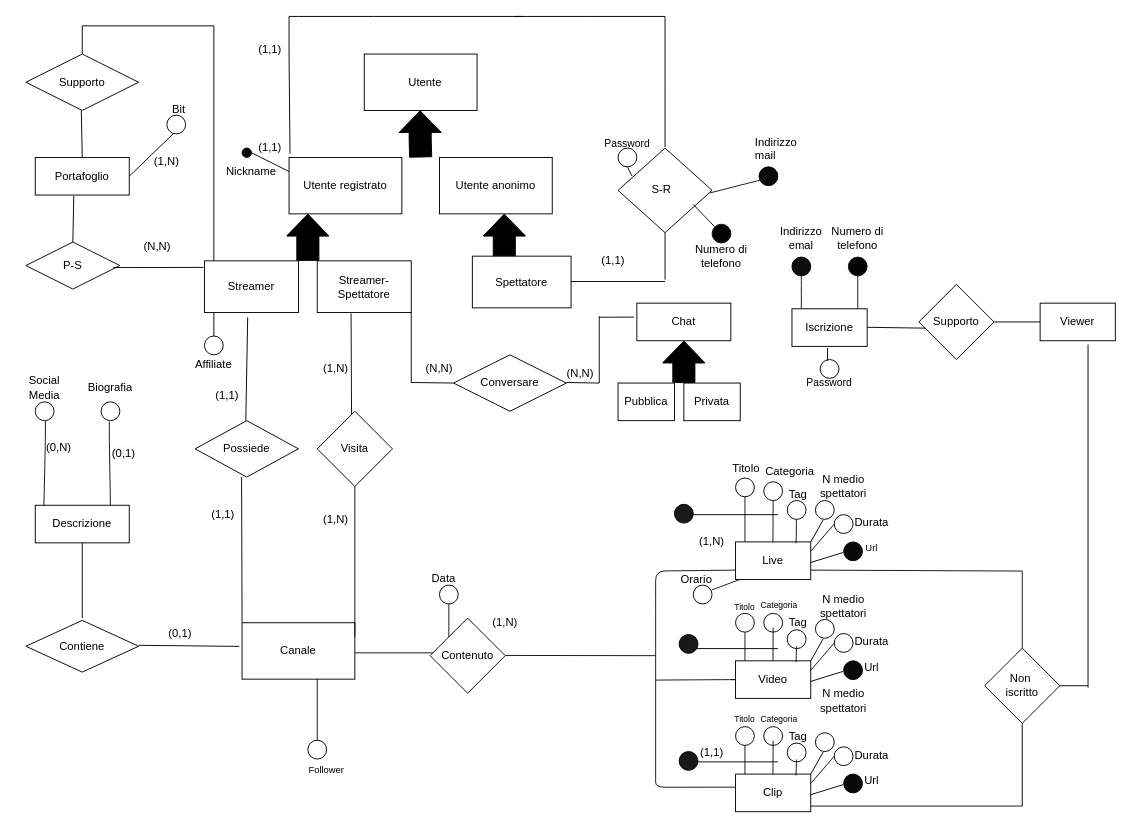
Popper002/Streaming-Service-Db-project-unito keeps this draw.io diagram as e-r_revised_hypothesis.drawio. Above is the earlier version. Source tidied: cells renumbered, new cells numbered last; positions are measured from the earlier drawing's top-left corner, leaving out a move shared by most shapes. Both pictures are drawn from the tidied source at 94%, with x=0, y=0 at pixel (16, 16).
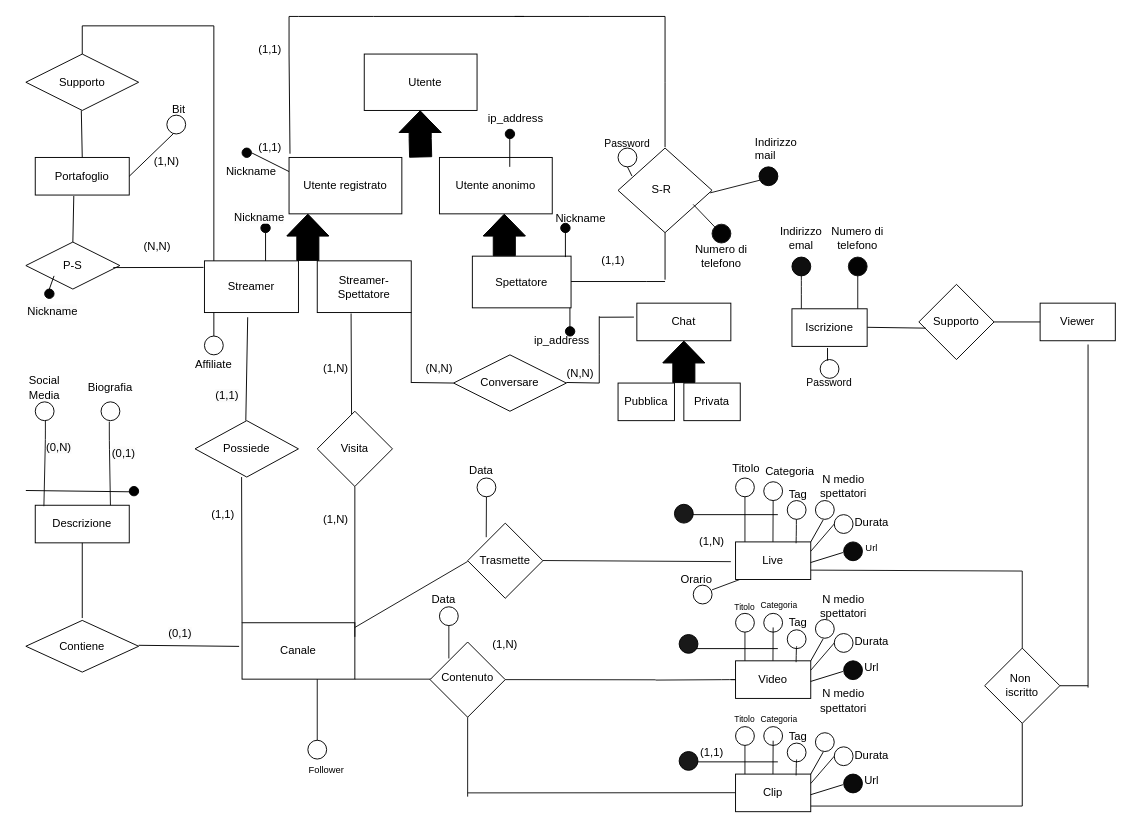
After the change.

The change refers to these unchanged cells:
```xml
<mxCell id="18" value="Live" style="rounded=0;whiteSpace=wrap;html=1;" parent="1" vertex="1">
  <mxGeometry x="765" y="559" width="80" height="40" as="geometry" />
</mxCell>
<mxCell id="148" value="Clip" style="rounded=0;whiteSpace=wrap;html=1;" parent="1" vertex="1">
  <mxGeometry x="765" y="806" width="80" height="40" as="geometry" />
</mxCell>
```

Change to the diagram source:
```diff
@@
     <mxCell id="12" style="endArrow=none;html=1;fontColor=default;labelBackgroundColor=default;strokeColor=#121212;strokeWidth=1;" parent="1" edge="1">
       <mxGeometry relative="1" as="geometry">
-        <mxPoint x="450" y="677" as="sourcePoint" />
-        <mxPoint x="360" y="677" as="targetPoint" />
+        <mxPoint x="450" y="705" as="sourcePoint" />
+        <mxPoint x="360" y="705" as="targetPoint" />
       </mxGeometry>
     </mxCell>
     <mxCell id="13" style="rhombus;whiteSpace=wrap;html=1;" parent="1" vertex="1">
-      <mxGeometry x="440" y="640" width="80" height="80" as="geometry" />
+      <mxGeometry x="440" y="665.5" width="80" height="80" as="geometry" />
     </mxCell>
     <mxCell id="14" value="Contenuto" style="text;html=1;strokeColor=none;fillColor=none;align=center;verticalAlign=middle;whiteSpace=wrap;rounded=0;" parent="1" vertex="1">
-      <mxGeometry x="450" y="665" width="60" height="30" as="geometry" />
+      <mxGeometry x="450" y="688" width="60" height="30" as="geometry" />
     </mxCell>
     <mxCell id="15" style="endArrow=none;html=1;fontColor=default;labelBackgroundColor=default;strokeColor=#121212;strokeWidth=1;entryX=0.5;entryY=1;entryDx=0;entryDy=0;" parent="1" edge="1" target="16">
       <mxGeometry relative="1" as="geometry">
-        <mxPoint x="460" y="660" as="sourcePoint" />
+        <mxPoint x="460" y="683" as="sourcePoint" />
       </mxGeometry>
     </mxCell>
     <mxCell id="16" style="ellipse;whiteSpace=wrap;html=1;fillColor=none;strokeColor=#000000;" parent="1" vertex="1">
-      <mxGeometry x="450" y="605" width="20" height="20" as="geometry" />
+      <mxGeometry x="450" y="628" width="20" height="20" as="geometry" />
     </mxCell>
     <mxCell id="17" value="&lt;font color=&quot;#000000&quot;&gt;Data&lt;br&gt;&lt;br&gt;&lt;/font&gt;" style="text;html=1;strokeColor=none;fillColor=none;align=left;verticalAlign=middle;whiteSpace=wrap;rounded=0;" parent="1" vertex="1">
-      <mxGeometry x="440" y="590" width="60" height="30" as="geometry" />
+      <mxGeometry x="440" y="613" width="60" height="30" as="geometry" />
     </mxCell>
@@
     <mxCell id="53" value="(1,N)" style="text;html=1;strokeColor=none;fillColor=none;align=center;verticalAlign=middle;whiteSpace=wrap;rounded=0;" parent="1" vertex="1">
-      <mxGeometry x="490" y="630" width="60" height="30" as="geometry" />
+      <mxGeometry x="490" y="653" width="60" height="30" as="geometry" />
     </mxCell>
@@
     <mxCell id="185" style="endArrow=none;html=1;fontColor=default;labelBackgroundColor=default;strokeColor=#121212;strokeWidth=1;entryX=1;entryY=0.75;entryDx=0;entryDy=0;" parent="1" edge="1">
       <mxGeometry relative="1" as="geometry">
-        <mxPoint x="680" y="680" as="sourcePoint" />
-        <mxPoint x="520" y="679.8" as="targetPoint" />
+        <mxPoint x="680" y="705.7" as="sourcePoint" />
+        <mxPoint x="520" y="705.5" as="targetPoint" />
       </mxGeometry>
     </mxCell>
-    <mxCell id="186" style="endArrow=none;html=1;fontColor=default;labelBackgroundColor=default;strokeColor=#121212;strokeWidth=1;exitX=0;exitY=0.75;exitDx=0;exitDy=0;entryX=0.001;entryY=0.348;entryDx=0;entryDy=0;entryPerimeter=0;" parent="1" edge="1" source="18" target="148">
-      <mxGeometry relative="1" as="geometry">
-        <Array as="points">
-          <mxPoint x="680" y="590" />
-          <mxPoint x="680" y="620" />
-          <mxPoint x="680" y="800" />
-          <mxPoint x="680" y="820" />
-        </Array>
-      </mxGeometry>
-    </mxCell>
@@
+    <mxCell id="196" style="ellipse;whiteSpace=wrap;html=1;fillColor=#030303;" parent="1" vertex="1">
+      <mxGeometry x="30" y="290" width="10" height="10" as="geometry" />
+    </mxCell>
+    <mxCell id="197" style="endArrow=none;html=1;rounded=0;exitX=0.5;exitY=0;exitDx=0;exitDy=0;" parent="1" edge="1" source="196">
+      <mxGeometry relative="1" as="geometry">
+        <mxPoint x="40" y="276" as="targetPoint" />
+      </mxGeometry>
+    </mxCell>
+    <mxCell id="198" value="&lt;span style=&quot;caret-color: rgb(0, 0, 0); color: rgb(0, 0, 0); font-family: Helvetica; font-size: 12.000000953674316px; font-style: normal; font-variant-caps: normal; font-weight: 400; letter-spacing: normal; text-align: center; text-indent: 0px; text-transform: none; word-spacing: 0px; -webkit-text-stroke-width: 0px; background-color: rgb(251, 251, 251); text-decoration: none; float: none; display: inline !important;&quot;&gt;Nickname&lt;/span&gt;" style="text;whiteSpace=wrap;html=1;" parent="1" vertex="1">
+      <mxGeometry x="10" y="300" width="90" height="40" as="geometry" />
+    </mxCell>
+    <mxCell id="199" style="ellipse;whiteSpace=wrap;html=1;fillColor=#000000;" parent="1" vertex="1">
+      <mxGeometry x="120" y="500" width="10" height="10" as="geometry" />
+    </mxCell>
+    <mxCell id="200" style="endArrow=none;html=1;rounded=0;entryX=0;entryY=0;entryDx=0;entryDy=0;" parent="1" edge="1">
+      <mxGeometry relative="1" as="geometry">
+        <mxPoint x="10" y="504.3" as="sourcePoint" />
+        <mxPoint x="121.5" y="505.7" as="targetPoint" />
+      </mxGeometry>
+    </mxCell>
+    <mxCell id="201" style="rhombus;whiteSpace=wrap;html=1;" parent="1" vertex="1">
+      <mxGeometry x="480" y="539" width="80" height="80" as="geometry" />
+    </mxCell>
+    <mxCell id="202" value="Trasmette" style="text;html=1;strokeColor=none;fillColor=none;align=center;verticalAlign=middle;whiteSpace=wrap;rounded=0;" parent="1" vertex="1">
+      <mxGeometry x="490" y="564" width="60" height="30" as="geometry" />
+    </mxCell>
+    <mxCell id="203" style="endArrow=none;html=1;fontColor=default;labelBackgroundColor=default;strokeColor=#121212;strokeWidth=1;entryX=0.5;entryY=1;entryDx=0;entryDy=0;exitX=0.247;exitY=0.187;exitDx=0;exitDy=0;exitPerimeter=0;" parent="1" edge="1" source="201" target="204">
+      <mxGeometry relative="1" as="geometry" />
+    </mxCell>
+    <mxCell id="204" style="ellipse;whiteSpace=wrap;html=1;fillColor=none;strokeColor=#000000;" parent="1" vertex="1">
+      <mxGeometry x="490" y="491" width="20" height="20" as="geometry" />
+    </mxCell>
+    <mxCell id="205" value="&lt;font color=&quot;#000000&quot;&gt;Data&lt;br&gt;&lt;br&gt;&lt;/font&gt;" style="text;html=1;strokeColor=none;fillColor=none;align=left;verticalAlign=middle;whiteSpace=wrap;rounded=0;" parent="1" vertex="1">
+      <mxGeometry x="480" y="475" width="60" height="30" as="geometry" />
+    </mxCell>
+    <mxCell id="206" style="endArrow=none;html=1;fontColor=default;labelBackgroundColor=default;strokeColor=#121212;strokeWidth=1;entryX=1;entryY=0.75;entryDx=0;entryDy=0;" parent="1" edge="1">
+      <mxGeometry relative="1" as="geometry">
+        <mxPoint x="760" y="580" as="sourcePoint" />
+        <mxPoint x="560" y="578.8" as="targetPoint" />
+      </mxGeometry>
+    </mxCell>
+    <mxCell id="207" style="endArrow=none;html=1;fontColor=default;labelBackgroundColor=default;strokeColor=#121212;strokeWidth=1;" parent="1" edge="1">
+      <mxGeometry relative="1" as="geometry">
+        <mxPoint x="765" y="825.8" as="sourcePoint" />
+        <mxPoint x="480" y="826" as="targetPoint" />
+      </mxGeometry>
+    </mxCell>
+    <mxCell id="208" style="endArrow=none;html=1;fontColor=default;labelBackgroundColor=default;strokeColor=#121212;strokeWidth=1;entryX=0.5;entryY=1;entryDx=0;entryDy=0;" parent="1" edge="1" target="13">
+      <mxGeometry relative="1" as="geometry">
+        <mxPoint x="480" y="830" as="sourcePoint" />
+      </mxGeometry>
+    </mxCell>
+    <mxCell id="209" style="endArrow=none;html=1;fontColor=default;labelBackgroundColor=default;strokeColor=#121212;strokeWidth=1;" parent="1" edge="1">
+      <mxGeometry relative="1" as="geometry">
+        <mxPoint x="480" y="579.8" as="sourcePoint" />
+        <mxPoint x="360" y="650" as="targetPoint" />
+      </mxGeometry>
+    </mxCell>
+    <mxCell id="210" style="ellipse;whiteSpace=wrap;html=1;fillColor=#030303;" parent="1" vertex="1">
+      <mxGeometry x="260" y="220" width="10" height="10" as="geometry" />
+    </mxCell>
+    <mxCell id="211" style="endArrow=none;html=1;rounded=0;exitX=0;exitY=0.167;exitDx=0;exitDy=0;exitPerimeter=0;" parent="1" edge="1">
+      <mxGeometry relative="1" as="geometry">
+        <mxPoint x="265" y="260" as="sourcePoint" />
+        <mxPoint x="265" y="230" as="targetPoint" />
+      </mxGeometry>
+    </mxCell>
+    <mxCell id="212" value="&lt;span style=&quot;caret-color: rgb(0, 0, 0); color: rgb(0, 0, 0); font-family: Helvetica; font-size: 12.000000953674316px; font-style: normal; font-variant-caps: normal; font-weight: 400; letter-spacing: normal; text-align: center; text-indent: 0px; text-transform: none; word-spacing: 0px; -webkit-text-stroke-width: 0px; background-color: rgb(251, 251, 251); text-decoration: none; float: none; display: inline !important;&quot;&gt;Nickname&lt;/span&gt;" style="text;whiteSpace=wrap;html=1;" parent="1" vertex="1">
+      <mxGeometry x="230" y="200" width="90" height="40" as="geometry" />
+    </mxCell>
+    <mxCell id="213" value="&lt;div style=&quot;text-align: center;&quot;&gt;&lt;span style=&quot;font-size: 12px;&quot;&gt;ip_address&lt;/span&gt;&lt;/div&gt;" style="text;whiteSpace=wrap;html=1;" parent="1" vertex="1">
+      <mxGeometry x="500" y="95" width="90" height="40" as="geometry" />
+    </mxCell>
+    <mxCell id="214" style="ellipse;whiteSpace=wrap;html=1;fillColor=#030303;" parent="1" vertex="1">
+      <mxGeometry x="520" y="120" width="10" height="10" as="geometry" />
+    </mxCell>
+    <mxCell id="215" style="endArrow=none;html=1;rounded=0;exitX=0;exitY=0.167;exitDx=0;exitDy=0;exitPerimeter=0;" parent="1" edge="1">
+      <mxGeometry relative="1" as="geometry">
+        <mxPoint x="524.8" y="160" as="sourcePoint" />
+        <mxPoint x="524.8" y="130" as="targetPoint" />
+      </mxGeometry>
+    </mxCell>
+    <mxCell id="216" style="endArrow=none;html=1;rounded=0;exitX=0;exitY=0.167;exitDx=0;exitDy=0;exitPerimeter=0;" parent="1" edge="1">
+      <mxGeometry relative="1" as="geometry">
+        <mxPoint x="584" y="256" as="sourcePoint" />
+        <mxPoint x="584" y="226" as="targetPoint" />
+      </mxGeometry>
+    </mxCell>
+    <mxCell id="217" style="ellipse;whiteSpace=wrap;html=1;fillColor=#030303;" parent="1" vertex="1">
+      <mxGeometry x="579" y="220" width="10" height="10" as="geometry" />
+    </mxCell>
+    <mxCell id="218" style="ellipse;whiteSpace=wrap;html=1;fillColor=#030303;" parent="1" vertex="1">
+      <mxGeometry x="584" y="330" width="10" height="10" as="geometry" />
+    </mxCell>
+    <mxCell id="219" style="endArrow=none;html=1;rounded=0;exitX=0;exitY=0.167;exitDx=0;exitDy=0;exitPerimeter=0;" parent="1" edge="1">
+      <mxGeometry relative="1" as="geometry">
+        <mxPoint x="588.8" y="340" as="sourcePoint" />
+        <mxPoint x="588.8" y="310" as="targetPoint" />
+        <Array as="points">
+          <mxPoint x="588.8" y="324" />
+        </Array>
+      </mxGeometry>
+    </mxCell>
+    <mxCell id="220" value="ip_address" style="text;html=1;align=center;verticalAlign=middle;strokeColor=none;fillColor=none;" parent="1" vertex="1">
+      <mxGeometry x="540" y="330" width="80" height="30" as="geometry" />
+    </mxCell>
+    <mxCell id="221" value="Nickname" style="text;html=1;align=center;verticalAlign=middle;strokeColor=none;fillColor=none;" parent="1" vertex="1">
+      <mxGeometry x="560" y="200" width="80" height="30" as="geometry" />
+    </mxCell>
```
